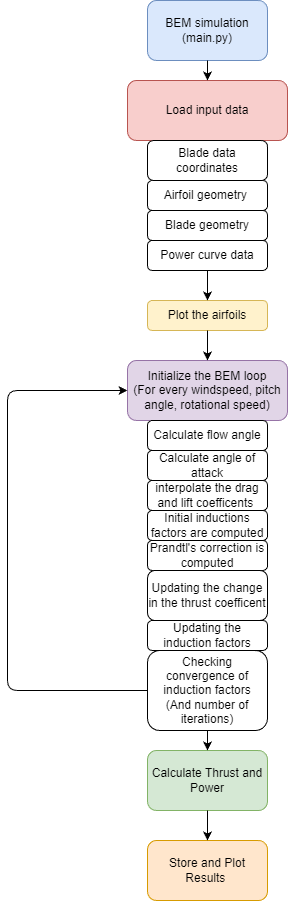
The draw.io diagram flow_diagram_bem_optimization.png in DTUWindEducation/final-project-la_bombas_del_diablo, before a commit. Source tidied: cells renumbered, new cells last; positions are measured from the earlier drawing's top-left corner, leaving out a move shared by most shapes. The source it was exported from:
```xml
<mxGraphModel>
  <root>
    <mxCell id="0" />
    <mxCell id="1" parent="0" />
    <mxCell id="2" value="BEM simulation&lt;div&gt;(main.py)&lt;/div&gt;" style="rounded=1;whiteSpace=wrap;html=1;fillColor=#dae8fc;strokeColor=#6c8ebf;" parent="1" vertex="1">
      <mxGeometry x="140" width="120" height="60" as="geometry" />
    </mxCell>
    <mxCell id="3" value="Load input data" style="rounded=1;whiteSpace=wrap;html=1;fillColor=#f8cecc;strokeColor=#b85450;" parent="1" vertex="1">
      <mxGeometry x="120" y="80" width="160" height="60" as="geometry" />
    </mxCell>
    <mxCell id="4" value="&lt;div&gt;&lt;br&gt;&lt;/div&gt;Plot the airfoils&lt;div&gt;&lt;div&gt;&lt;br&gt;&lt;/div&gt;&lt;/div&gt;" style="rounded=1;whiteSpace=wrap;html=1;fillColor=#fff2cc;strokeColor=#d6b656;" parent="1" vertex="1">
      <mxGeometry x="140" y="300" width="120" height="30" as="geometry" />
    </mxCell>
    <mxCell id="5" value="Initialize the BEM loop&lt;div&gt;(For every windspeed, pitch angle, rotational speed)&lt;/div&gt;" style="rounded=1;whiteSpace=wrap;html=1;fillColor=#e1d5e7;strokeColor=#9673a6;" parent="1" vertex="1">
      <mxGeometry x="120" y="360" width="160" height="60" as="geometry" />
    </mxCell>
    <mxCell id="6" value="Calculate Thrust and Power" style="rounded=1;whiteSpace=wrap;html=1;fillColor=#d5e8d4;strokeColor=#82b366;" parent="1" vertex="1">
      <mxGeometry x="140" y="750" width="120" height="60" as="geometry" />
    </mxCell>
    <mxCell id="7" style="endArrow=classic;html=1;entryX=0.5;entryY=0;entryDx=0;entryDy=0;exitX=0.5;exitY=1;exitDx=0;exitDy=0;" parent="1" edge="1" source="2" target="3">
      <mxGeometry relative="1" as="geometry" />
    </mxCell>
    <mxCell id="8" style="endArrow=classic;html=1;entryX=0.5;entryY=0;entryDx=0;entryDy=0;exitX=0.5;exitY=1;exitDx=0;exitDy=0;" parent="1" edge="1" source="24" target="4">
      <mxGeometry relative="1" as="geometry" />
    </mxCell>
    <mxCell id="9" style="endArrow=classic;html=1;exitX=0.5;exitY=1;exitDx=0;exitDy=0;entryX=0.5;entryY=0;entryDx=0;entryDy=0;" parent="1" edge="1" source="4" target="5">
      <mxGeometry relative="1" as="geometry" />
    </mxCell>
    <mxCell id="10" style="endArrow=classic;html=1;entryX=0.5;entryY=0;entryDx=0;entryDy=0;exitX=0.5;exitY=1;exitDx=0;exitDy=0;" parent="1" edge="1" source="19" target="6">
      <mxGeometry relative="1" as="geometry" />
    </mxCell>
    <mxCell id="11" value="Store and Plot Results&amp;nbsp;" style="rounded=1;whiteSpace=wrap;html=1;fillColor=#ffe6cc;strokeColor=#d79b00;" parent="1" vertex="1">
      <mxGeometry x="140" y="840" width="120" height="60" as="geometry" />
    </mxCell>
    <mxCell id="12" style="endArrow=classic;html=1;entryX=0.5;entryY=0;entryDx=0;entryDy=0;exitX=0.5;exitY=1;exitDx=0;exitDy=0;" parent="1" edge="1" source="6" target="11">
      <mxGeometry relative="1" as="geometry" />
    </mxCell>
    <mxCell id="13" style="endArrow=classic;html=1;exitX=0;exitY=0.5;exitDx=0;exitDy=0;entryX=0;entryY=0.5;entryDx=0;entryDy=0;" parent="1" edge="1" source="19" target="5">
      <mxGeometry relative="1" as="geometry">
        <Array as="points">
          <mxPoint y="690" />
          <mxPoint y="390" />
        </Array>
      </mxGeometry>
    </mxCell>
    <mxCell id="14" value="Calculate flow angle" style="rounded=1;whiteSpace=wrap;html=1;" parent="1" vertex="1">
      <mxGeometry x="140" y="420" width="120" height="30" as="geometry" />
    </mxCell>
    <mxCell id="15" value="Calculate angle of attack" style="rounded=1;whiteSpace=wrap;html=1;" parent="1" vertex="1">
      <mxGeometry x="140" y="450" width="120" height="30" as="geometry" />
    </mxCell>
    <mxCell id="16" value="interpolate the drag and lift coefficents&amp;nbsp;" style="rounded=1;whiteSpace=wrap;html=1;" parent="1" vertex="1">
      <mxGeometry x="140" y="480" width="120" height="30" as="geometry" />
    </mxCell>
    <mxCell id="17" value="Initial inductions factors are computed" style="rounded=1;whiteSpace=wrap;html=1;" parent="1" vertex="1">
      <mxGeometry x="140" y="510" width="120" height="30" as="geometry" />
    </mxCell>
    <mxCell id="18" value="Prandtl's correction is computed" style="rounded=1;whiteSpace=wrap;html=1;" parent="1" vertex="1">
      <mxGeometry x="140" y="540" width="120" height="30" as="geometry" />
    </mxCell>
    <mxCell id="19" value="Checking convergence of induction factors&lt;div&gt;(And number of iterations)&lt;/div&gt;" style="rounded=1;whiteSpace=wrap;html=1;" parent="1" vertex="1">
      <mxGeometry x="140" y="650" width="120" height="80" as="geometry" />
    </mxCell>
    <mxCell id="20" value="Updating the change in the thrust coefficent" style="rounded=1;whiteSpace=wrap;html=1;" parent="1" vertex="1">
      <mxGeometry x="140" y="570" width="120" height="50" as="geometry" />
    </mxCell>
    <mxCell id="21" value="Updating the induction factors" style="rounded=1;whiteSpace=wrap;html=1;" parent="1" vertex="1">
      <mxGeometry x="140" y="620" width="120" height="30" as="geometry" />
    </mxCell>
    <mxCell id="22" value="Airfoil geometry&amp;nbsp;" style="rounded=1;whiteSpace=wrap;html=1;" parent="1" vertex="1">
      <mxGeometry x="140" y="180" width="120" height="30" as="geometry" />
    </mxCell>
    <mxCell id="23" value="Blade geometry" style="rounded=1;whiteSpace=wrap;html=1;" parent="1" vertex="1">
      <mxGeometry x="140" y="210" width="120" height="30" as="geometry" />
    </mxCell>
    <mxCell id="24" value="Power curve data" style="rounded=1;whiteSpace=wrap;html=1;" parent="1" vertex="1">
      <mxGeometry x="140" y="240" width="120" height="30" as="geometry" />
    </mxCell>
    <mxCell id="25" value="&lt;span style=&quot;color: rgb(0, 0, 0);&quot;&gt;Blade data coordinates&lt;/span&gt;" style="rounded=1;whiteSpace=wrap;html=1;" parent="1" vertex="1">
      <mxGeometry x="140" y="140" width="120" height="40" as="geometry" />
    </mxCell>
  </root>
</mxGraphModel>
```
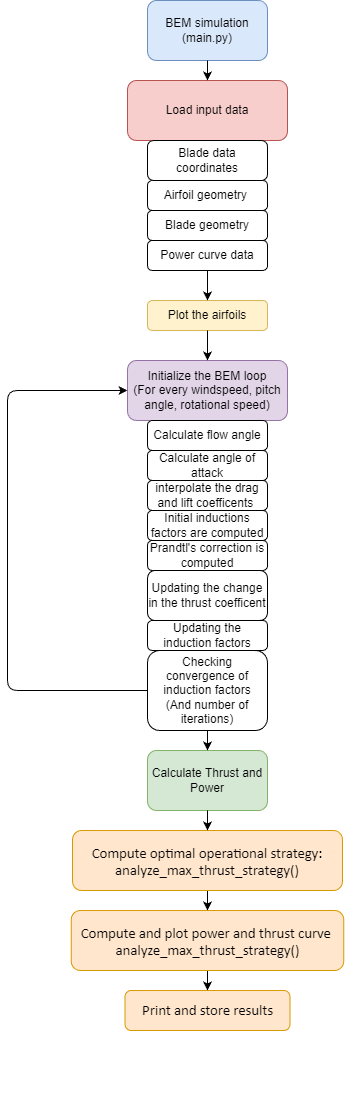
The same file after the commit.

Commit message:
added code to compute optimal operational strategy (step 6 + 7) and updated flow diagram

The edit, as a diff of the source:
```diff
@@ -29,8 +29,11 @@
     <mxCell id="10" style="endArrow=classic;html=1;entryX=0.5;entryY=0;entryDx=0;entryDy=0;exitX=0.5;exitY=1;exitDx=0;exitDy=0;" parent="1" edge="1" source="19" target="6">
       <mxGeometry relative="1" as="geometry" />
     </mxCell>
+    <mxCell id="26" style="edgeStyle=none;html=1;entryX=0.5;entryY=0;entryDx=0;entryDy=0;" parent="1" edge="1" source="11" target="28">
+      <mxGeometry relative="1" as="geometry" />
+    </mxCell>
-    <mxCell id="11" value="Store and Plot Results&amp;nbsp;" style="rounded=1;whiteSpace=wrap;html=1;fillColor=#ffe6cc;strokeColor=#d79b00;" parent="1" vertex="1">
-      <mxGeometry x="140" y="840" width="120" height="60" as="geometry" />
+    <mxCell id="11" value="&lt;div&gt;&lt;br&gt;&lt;/div&gt;&lt;br&gt;&lt;br&gt;&lt;br&gt;&lt;p lang=&quot;en-GB&quot; style=&quot;margin:0in;font-family:Calibri;font-size:11.0pt&quot;&gt;&lt;span style=&quot;font-size: 11pt; background-color: transparent;&quot;&gt;&lt;br&gt;&lt;/span&gt;&lt;/p&gt;&lt;p lang=&quot;en-GB&quot; style=&quot;margin:0in;font-family:Calibri;font-size:11.0pt&quot;&gt;&lt;span style=&quot;font-size: 11pt; background-color: transparent;&quot;&gt;Compute optimal operational strategy:&lt;/span&gt;&lt;/p&gt;&lt;p lang=&quot;en-GB&quot; style=&quot;margin:0in;font-family:Calibri;font-size:11.0pt&quot;&gt;&lt;span style=&quot;font-size: 11pt; background-color: transparent;&quot;&gt;analyze_max_thrust_strategy()&lt;/span&gt;&lt;/p&gt;&lt;br&gt;&lt;br&gt;&lt;br&gt;&lt;br&gt;&lt;div&gt;&lt;br&gt;&lt;/div&gt;" style="rounded=1;whiteSpace=wrap;html=1;fillColor=#ffe6cc;strokeColor=#d79b00;" parent="1" vertex="1">
+      <mxGeometry x="65" y="830" width="270" height="60" as="geometry" />
     </mxCell>
     <mxCell id="12" style="endArrow=classic;html=1;entryX=0.5;entryY=0;entryDx=0;entryDy=0;exitX=0.5;exitY=1;exitDx=0;exitDy=0;" parent="1" edge="1" source="6" target="11">
       <mxGeometry relative="1" as="geometry" />
@@ -79,5 +82,14 @@
     <mxCell id="25" value="&lt;span style=&quot;color: rgb(0, 0, 0);&quot;&gt;Blade data coordinates&lt;/span&gt;" style="rounded=1;whiteSpace=wrap;html=1;" parent="1" vertex="1">
       <mxGeometry x="140" y="140" width="120" height="40" as="geometry" />
     </mxCell>
+    <mxCell id="27" style="edgeStyle=none;html=1;entryX=0.5;entryY=0;entryDx=0;entryDy=0;" parent="1" edge="1" source="28" target="29">
+      <mxGeometry relative="1" as="geometry" />
+    </mxCell>
+    <mxCell id="28" value="&lt;div&gt;&lt;br&gt;&lt;/div&gt;&lt;br&gt;&lt;br&gt;&lt;br&gt;&lt;p lang=&quot;en-GB&quot; style=&quot;margin:0in;font-family:Calibri;font-size:11.0pt&quot;&gt;&lt;span style=&quot;font-size: 11pt; background-color: transparent;&quot;&gt;&lt;br&gt;&lt;/span&gt;&lt;/p&gt;&lt;p lang=&quot;en-GB&quot; style=&quot;margin:0in;font-family:Calibri;font-size:11.0pt&quot;&gt;&lt;span style=&quot;font-size: 11pt; background-color: transparent;&quot;&gt;Compute and plot power and thrust curve&amp;nbsp;&lt;/span&gt;&lt;/p&gt;&lt;p lang=&quot;en-GB&quot; style=&quot;margin:0in;font-family:Calibri;font-size:11.0pt&quot;&gt;&lt;span style=&quot;background-color: transparent; font-size: 11pt;&quot;&gt;analyze_max_thrust_strategy()&lt;/span&gt;&lt;/p&gt;&lt;br&gt;&lt;br&gt;&lt;br&gt;&lt;br&gt;&lt;div&gt;&lt;br&gt;&lt;/div&gt;" style="rounded=1;whiteSpace=wrap;html=1;fillColor=#ffe6cc;strokeColor=#d79b00;" parent="1" vertex="1">
+      <mxGeometry x="63.8" y="910" width="272.5" height="60" as="geometry" />
+    </mxCell>
+    <mxCell id="29" value="&lt;div&gt;&lt;br&gt;&lt;/div&gt;&lt;br&gt;&lt;br&gt;&lt;br&gt;&lt;p lang=&quot;en-GB&quot; style=&quot;margin:0in;font-family:Calibri;font-size:11.0pt&quot;&gt;&lt;span style=&quot;font-size: 11pt; background-color: transparent;&quot;&gt;&lt;br&gt;&lt;/span&gt;&lt;/p&gt;&lt;p lang=&quot;en-GB&quot; style=&quot;margin:0in;font-family:Calibri;font-size:11.0pt&quot;&gt;Print and store results&lt;/p&gt;&lt;p lang=&quot;en-GB&quot; style=&quot;margin:0in;font-family:Calibri;font-size:11.0pt&quot;&gt;&lt;br&gt;&lt;/p&gt;&lt;br&gt;&lt;br&gt;&lt;br&gt;&lt;div&gt;&lt;br&gt;&lt;/div&gt;" style="rounded=1;whiteSpace=wrap;html=1;fillColor=#ffe6cc;strokeColor=#d79b00;" parent="1" vertex="1">
+      <mxGeometry x="117.5" y="990" width="165" height="40" as="geometry" />
+    </mxCell>
   </root>
 </mxGraphModel>
```
